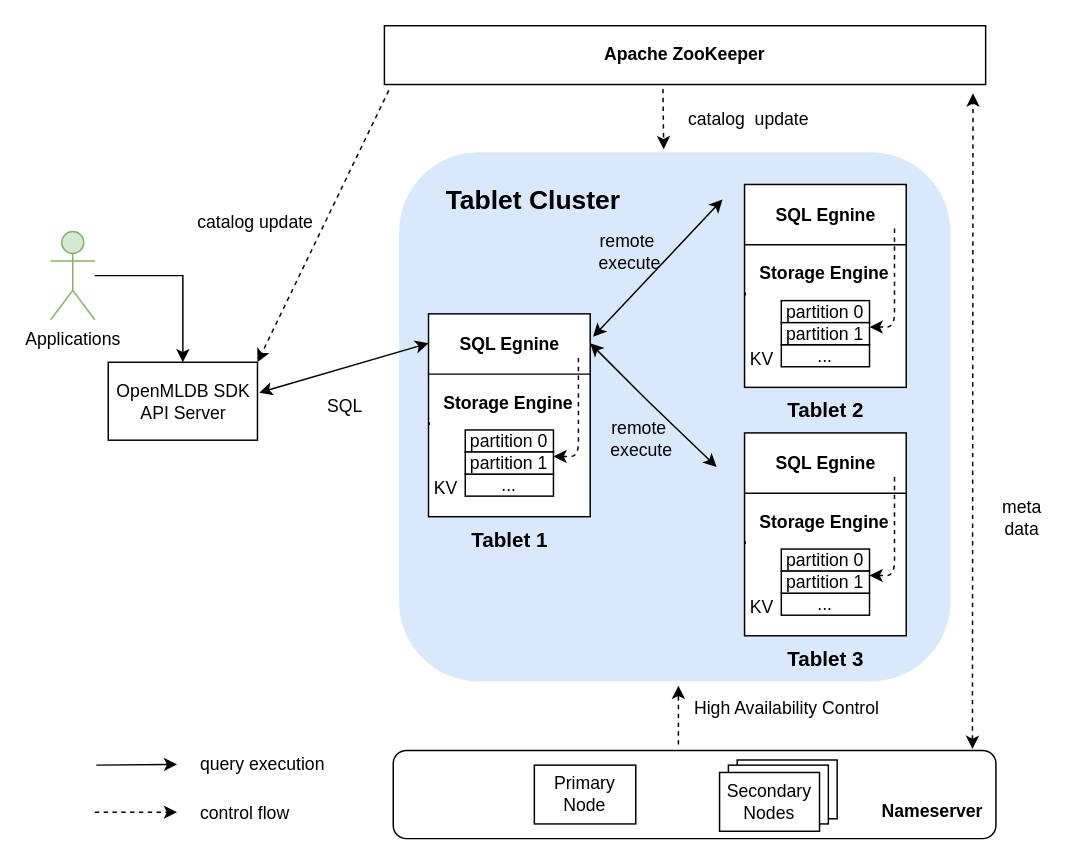
Before: page "Page-2" (1 of 4) of reference/arch/resources/architecture.drawio in 4paradigm/openmldb-docs-zh, a draw.io diagram. Source tidied: cells renumbered, new cells numbered last; positions are measured from the earlier drawing's top-left corner, leaving out a move shared by most shapes. Both pictures are drawn from the tidied source at 147%, with x=0, y=0 at pixel (50, 25).
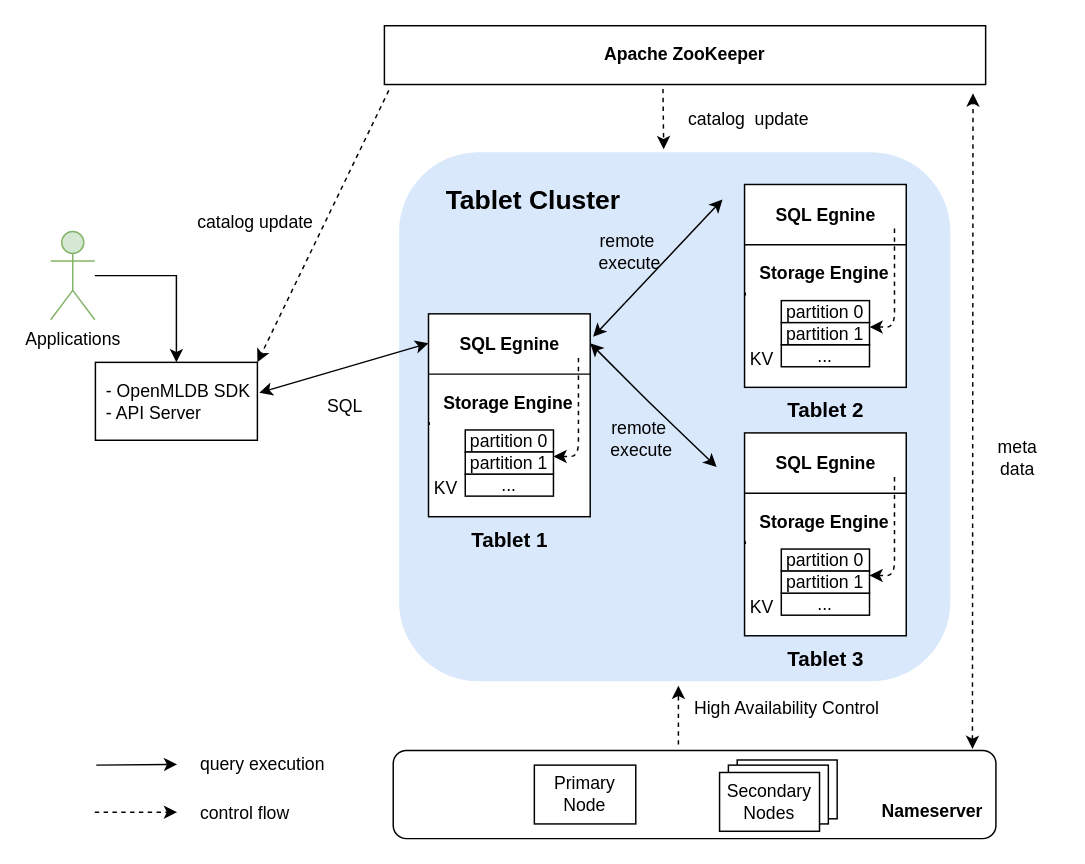
The same page after the edit.

Commit message (it also covers changes not shown here):
update openmldb quickstart

Change to the diagram source:
```diff
@@
     <mxCell id="15" value="meta data" style="text;html=1;strokeColor=none;fillColor=none;align=center;verticalAlign=middle;whiteSpace=wrap;rounded=0;dashed=1;" parent="1" vertex="1">
-      <mxGeometry x="636" y="325" width="50" height="20" as="geometry" />
+      <mxGeometry x="633" y="284" width="50" height="20" as="geometry" />
     </mxCell>
@@
     <mxCell id="73" value="&lt;font style=&quot;font-size: 14px&quot;&gt;&lt;br&gt;&lt;/font&gt;" style="rounded=0;whiteSpace=wrap;html=1;rotation=-90;direction=west;" parent="1" vertex="1">
-      <mxGeometry x="63.4" y="204.7" width="53" height="101.5" as="geometry" />
+      <mxGeometry x="59" y="200.4" width="53" height="110.2" as="geometry" />
     </mxCell>
-    <mxCell id="74" value="OpenMLDB SDK&lt;br&gt;API Server" style="text;html=1;align=center;verticalAlign=middle;strokeColor=none;fillColor=none;" parent="1" vertex="1">
-      <mxGeometry x="39.4" y="240" width="101" height="32" as="geometry" />
+    <mxCell id="74" value="- OpenMLDB SDK&lt;br&gt;- API Server" style="text;html=1;align=left;verticalAlign=middle;strokeColor=none;fillColor=none;" parent="1" vertex="1">
+      <mxGeometry x="36.4" y="240" width="108" height="32" as="geometry" />
     </mxCell>
```
